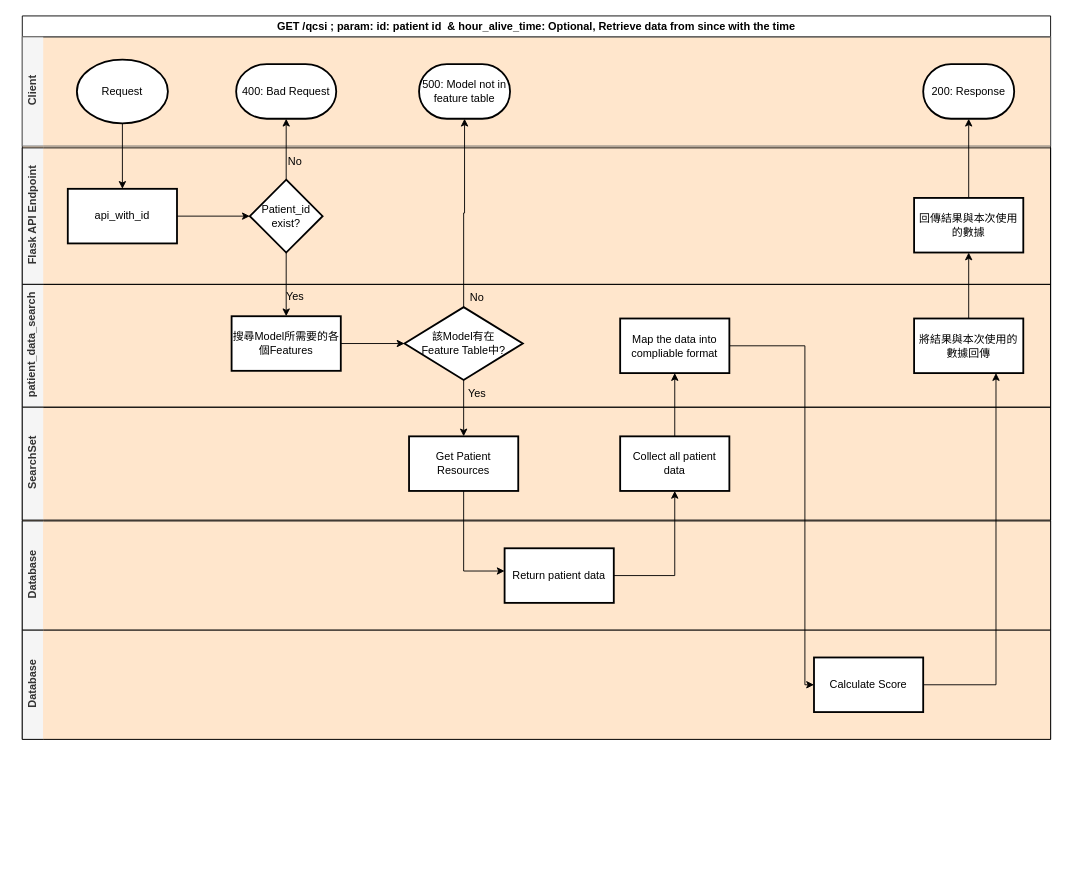
billkuojhgf/text-mining keeps this draw.io diagram as Document/Patient-id api swimlane.drawio. Above is the earlier version. Source tidied: cells renumbered, new cells numbered last; positions are measured from the earlier drawing's top-left corner, leaving out a move shared by most shapes. Both pictures are drawn from the tidied source at 91%, with x=0, y=0 at pixel (22, 15).
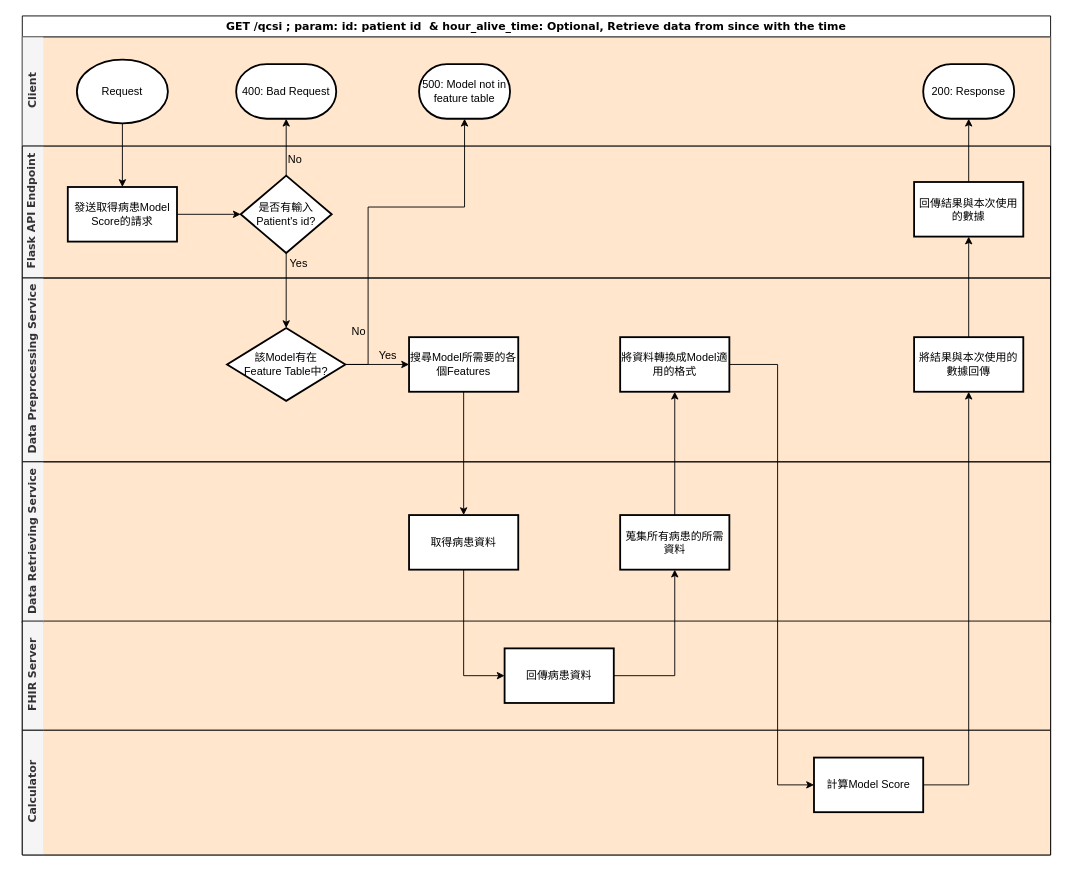
After the change.

Commit message (it also covers changes not shown here):
流程圖更新+刪除完成的TODO 新增了Patient-data swimlane以及修改patient-id swimlane 刪除flask_main_cli中的patient-data-api TODOs

Unchanged cells that the change refers to:
```xml
<mxCell id="6" value="500: Model not in feature table" style="strokeWidth=2;html=1;shape=mxgraph.flowchart.terminator;whiteSpace=wrap;" parent="3" vertex="1">
  <mxGeometry x="436" y="30" width="100" height="60" as="geometry" />
</mxCell>
<mxCell id="7" value="200: Response" style="strokeWidth=2;html=1;shape=mxgraph.flowchart.terminator;whiteSpace=wrap;" parent="3" vertex="1">
  <mxGeometry x="990" y="30" width="100" height="60" as="geometry" />
</mxCell>
```

The edit, as a diff of the source:
```diff
@@
-    <mxCell id="2" value="GET /qcsi ; param: id: patient id  &amp; hour_alive_time: Optional, Retrieve data from since with the time" style="swimlane;swimlaneLine=1;glass=0;shadow=0;rounded=0;sketch=0;swimlaneFillColor=#FFE6CC;" parent="1" vertex="1">
-      <mxGeometry width="1130" height="795" as="geometry" />
+    <mxCell id="2" value="GET /qcsi ; param: id: patient id  &amp; hour_alive_time: Optional, Retrieve data from since with the time" style="swimlane;swimlaneLine=1;glass=0;shadow=0;rounded=0;sketch=0;swimlaneFillColor=#FFE6CC;fontFamily=Verdana;" parent="1" vertex="1">
+      <mxGeometry width="1130" height="922" as="geometry" />
     </mxCell>
-    <mxCell id="3" value="Client" style="swimlane;html=1;horizontal=0;swimlaneLine=0;fillColor=#f5f5f5;strokeColor=#666666;fontColor=#333333;" parent="2" vertex="1">
+    <mxCell id="3" value="&lt;font face=&quot;Verdana&quot;&gt;Client&lt;/font&gt;" style="swimlane;html=1;horizontal=0;swimlaneLine=0;fillColor=#f5f5f5;strokeColor=#666666;fontColor=#333333;startSize=23;" parent="2" vertex="1">
       <mxGeometry y="23" width="1130" height="120" as="geometry" />
     </mxCell>
@@
-    <mxCell id="8" value="Flask API Endpoint" style="swimlane;html=1;horizontal=0;swimlaneLine=0;fillColor=#f5f5f5;fontColor=#333333;" parent="2" vertex="1">
-      <mxGeometry y="145" width="1130" height="150" as="geometry" />
+    <mxCell id="8" value="&lt;font face=&quot;Verdana&quot;&gt;Flask API Endpoint&lt;/font&gt;" style="swimlane;html=1;horizontal=0;swimlaneLine=0;fillColor=#f5f5f5;fontColor=#333333;" parent="2" vertex="1">
+      <mxGeometry y="143" width="1130" height="145" as="geometry" />
     </mxCell>
@@
-    <mxCell id="10" value="api_with_id" style="whiteSpace=wrap;html=1;strokeWidth=2;" parent="8" vertex="1">
+    <mxCell id="10" value="發送取得病患Model Score的請求" style="whiteSpace=wrap;html=1;strokeWidth=2;" parent="8" vertex="1">
       <mxGeometry x="50" y="45" width="120" height="60" as="geometry" />
     </mxCell>
-    <mxCell id="11" value="Patient_id&lt;br&gt;exist?" style="rhombus;whiteSpace=wrap;html=1;strokeWidth=2;" parent="8" vertex="1">
-      <mxGeometry x="250" y="35" width="80" height="80" as="geometry" />
+    <mxCell id="11" value="是否有輸入Patient's id?" style="rhombus;whiteSpace=wrap;html=1;strokeWidth=2;" parent="8" vertex="1">
+      <mxGeometry x="240" y="32.5" width="100" height="85" as="geometry" />
     </mxCell>
@@
     <mxCell id="13" value="回傳結果與本次使用的數據" style="whiteSpace=wrap;html=1;strokeWidth=2;" parent="8" vertex="1">
-      <mxGeometry x="980" y="55" width="120" height="60" as="geometry" />
+      <mxGeometry x="980" y="39.5" width="120" height="60" as="geometry" />
     </mxCell>
-    <mxCell id="14" value="patient_data_search" style="swimlane;html=1;horizontal=0;swimlaneLine=0;startSize=23;fillColor=#f5f5f5;fontColor=#333333;" parent="2" vertex="1">
-      <mxGeometry y="295" width="1130" height="135" as="geometry" />
+    <mxCell id="14" value="&lt;font face=&quot;Verdana&quot;&gt;Data Preprocessing Service&lt;/font&gt;" style="swimlane;html=1;horizontal=0;swimlaneLine=0;startSize=23;fillColor=#f5f5f5;fontColor=#333333;" parent="2" vertex="1">
+      <mxGeometry y="288" width="1130" height="202" as="geometry" />
     </mxCell>
     <mxCell id="15" value="Yes" style="text;html=1;strokeColor=none;fillColor=none;align=center;verticalAlign=middle;whiteSpace=wrap;rounded=0;" parent="14" vertex="1">
-      <mxGeometry x="270" y="-1" width="60" height="30" as="geometry" />
+      <mxGeometry x="274" y="-31" width="60" height="30" as="geometry" />
     </mxCell>
-    <mxCell id="16" value="搜尋Model所需要的各&lt;br&gt;個Features" style="whiteSpace=wrap;html=1;strokeWidth=2;" parent="14" vertex="1">
-      <mxGeometry x="230" y="35" width="120" height="60" as="geometry" />
-    </mxCell>
+    <mxCell id="42" style="edgeStyle=orthogonalEdgeStyle;rounded=0;jettySize=auto;html=1;" parent="14" edge="1" source="17" target="16">
+      <mxGeometry relative="1" as="geometry" />
+    </mxCell>
     <mxCell id="17" value="該Model有在&lt;br&gt;Feature Table中?" style="rhombus;whiteSpace=wrap;html=1;strokeWidth=2;" parent="14" vertex="1">
-      <mxGeometry x="420" y="25" width="130" height="80" as="geometry" />
+      <mxGeometry x="225" y="55" width="130" height="80" as="geometry" />
     </mxCell>
-    <mxCell id="18" style="edgeStyle=orthogonalEdgeStyle;rounded=0;jettySize=auto;html=1;" parent="14" edge="1" source="16" target="17">
-      <mxGeometry relative="1" as="geometry" />
-    </mxCell>
     <mxCell id="19" value="No" style="text;html=1;strokeColor=none;fillColor=none;align=center;verticalAlign=middle;whiteSpace=wrap;rounded=0;" parent="14" vertex="1">
-      <mxGeometry x="470" width="60" height="30" as="geometry" />
+      <mxGeometry x="340" y="44" width="60" height="30" as="geometry" />
     </mxCell>
-    <mxCell id="20" value="Yes" style="text;html=1;strokeColor=none;fillColor=none;align=center;verticalAlign=middle;whiteSpace=wrap;rounded=0;" parent="14" vertex="1">
-      <mxGeometry x="470" y="105" width="60" height="30" as="geometry" />
-    </mxCell>
-    <mxCell id="21" value="Map the data into compliable format" style="whiteSpace=wrap;html=1;strokeWidth=2;" parent="14" vertex="1">
-      <mxGeometry x="657" y="37.5" width="120" height="60" as="geometry" />
+    <mxCell id="21" value="將資料轉換成Model適用的格式" style="whiteSpace=wrap;html=1;strokeWidth=2;" parent="14" vertex="1">
+      <mxGeometry x="657" y="65" width="120" height="60" as="geometry" />
     </mxCell>
     <mxCell id="22" value="將結果與本次使用的數據回傳" style="whiteSpace=wrap;html=1;strokeWidth=2;" parent="14" vertex="1">
-      <mxGeometry x="980" y="37.5" width="120" height="60" as="geometry" />
+      <mxGeometry x="980" y="65" width="120" height="60" as="geometry" />
     </mxCell>
+    <mxCell id="16" value="搜尋Model所需要的各&lt;br&gt;個Features" style="whiteSpace=wrap;html=1;strokeWidth=2;" parent="14" vertex="1">
+      <mxGeometry x="425" y="65" width="120" height="60" as="geometry" />
+    </mxCell>
+    <mxCell id="20" value="Yes" style="text;html=1;strokeColor=none;fillColor=none;align=center;verticalAlign=middle;whiteSpace=wrap;rounded=0;" parent="14" vertex="1">
+      <mxGeometry x="372" y="71" width="60" height="30" as="geometry" />
+    </mxCell>
-    <mxCell id="23" value="SearchSet" style="swimlane;html=1;horizontal=0;swimlaneLine=0;startSize=23;fillColor=#f5f5f5;fontColor=#333333;" parent="2" vertex="1">
-      <mxGeometry y="430" width="1130" height="124" as="geometry" />
+    <mxCell id="23" value="&lt;font face=&quot;Verdana&quot;&gt;Data Retrieving Service&lt;/font&gt;" style="swimlane;html=1;horizontal=0;swimlaneLine=0;startSize=23;fillColor=#f5f5f5;fontColor=#333333;" parent="2" vertex="1">
+      <mxGeometry y="490" width="1130" height="177" as="geometry" />
     </mxCell>
-    <mxCell id="24" value="Get Patient Resources" style="whiteSpace=wrap;html=1;strokeWidth=2;" parent="23" vertex="1">
-      <mxGeometry x="425" y="32" width="120" height="60" as="geometry" />
+    <mxCell id="24" value="取得病患資料" style="whiteSpace=wrap;html=1;strokeWidth=2;" parent="23" vertex="1">
+      <mxGeometry x="425" y="58.5" width="120" height="60" as="geometry" />
     </mxCell>
-    <mxCell id="25" value="Collect all patient data" style="whiteSpace=wrap;html=1;strokeWidth=2;" parent="23" vertex="1">
-      <mxGeometry x="657" y="32" width="120" height="60" as="geometry" />
+    <mxCell id="25" value="蒐集所有病患的所需資料" style="whiteSpace=wrap;html=1;strokeWidth=2;" parent="23" vertex="1">
+      <mxGeometry x="657" y="58.5" width="120" height="60" as="geometry" />
     </mxCell>
-    <mxCell id="26" value="Database" style="swimlane;html=1;horizontal=0;swimlaneLine=0;startSize=23;fillColor=#f5f5f5;fontColor=#333333;swimlaneFillColor=#FFE6CC;" parent="2" vertex="1">
-      <mxGeometry y="555" width="1130" height="120" as="geometry" />
+    <mxCell id="26" value="&lt;font face=&quot;Verdana&quot;&gt;FHIR Server&lt;/font&gt;" style="swimlane;html=1;horizontal=0;swimlaneLine=0;startSize=23;fillColor=#f5f5f5;fontColor=#333333;swimlaneFillColor=#FFE6CC;" parent="2" vertex="1">
+      <mxGeometry y="665" width="1130" height="120" as="geometry" />
     </mxCell>
-    <mxCell id="27" value="Return patient data" style="whiteSpace=wrap;html=1;strokeWidth=2;" parent="26" vertex="1">
+    <mxCell id="27" value="回傳病患資料" style="whiteSpace=wrap;html=1;strokeWidth=2;" parent="26" vertex="1">
       <mxGeometry x="530" y="30" width="120" height="60" as="geometry" />
     </mxCell>
@@
-    <mxCell id="30" style="edgeStyle=orthogonalEdgeStyle;rounded=0;jettySize=auto;html=1;" parent="2" edge="1" source="11" target="16">
-      <mxGeometry relative="1" as="geometry" />
-    </mxCell>
     <mxCell id="31" style="edgeStyle=orthogonalEdgeStyle;rounded=0;jettySize=auto;html=1;" parent="2" edge="1" source="17" target="6">
-      <mxGeometry relative="1" as="geometry" />
+      <mxGeometry relative="1" as="geometry">
+        <Array as="points">
+          <mxPoint x="380" y="383" />
+          <mxPoint x="380" y="210" />
+          <mxPoint x="486" y="210" />
+        </Array>
+      </mxGeometry>
     </mxCell>
-    <mxCell id="32" style="edgeStyle=orthogonalEdgeStyle;rounded=0;jettySize=auto;html=1;" parent="2" edge="1" source="17" target="24">
-      <mxGeometry relative="1" as="geometry" />
-    </mxCell>
     <mxCell id="33" style="edgeStyle=orthogonalEdgeStyle;rounded=0;jettySize=auto;html=1;" parent="2" edge="1" source="24" target="27">
       <mxGeometry relative="1" as="geometry">
         <Array as="points">
-          <mxPoint x="485" y="610" />
+          <mxPoint x="485" y="725" />
         </Array>
       </mxGeometry>
     </mxCell>
@@
+    <mxCell id="43" style="edgeStyle=orthogonalEdgeStyle;rounded=0;jettySize=auto;html=1;" parent="2" edge="1" source="11" target="17">
+      <mxGeometry relative="1" as="geometry" />
+    </mxCell>
+    <mxCell id="44" style="edgeStyle=orthogonalEdgeStyle;rounded=0;jettySize=auto;html=1;" parent="2" edge="1" source="16" target="24">
+      <mxGeometry relative="1" as="geometry" />
+    </mxCell>
-    <mxCell id="36" value="Database" style="swimlane;html=1;horizontal=0;swimlaneLine=0;startSize=23;fillColor=#f5f5f5;fontColor=#333333;swimlaneFillColor=#FFE6CC;" parent="2" vertex="1">
-      <mxGeometry y="675" width="1130" height="120" as="geometry" />
+    <mxCell id="36" value="&lt;p&gt;&lt;font face=&quot;Verdana&quot;&gt;Calculator&lt;/font&gt;&lt;/p&gt;" style="swimlane;html=1;horizontal=0;swimlaneLine=0;startSize=23;fillColor=#f5f5f5;fontColor=#333333;swimlaneFillColor=#FFE6CC;" parent="2" vertex="1">
+      <mxGeometry y="785" width="1130" height="137" as="geometry" />
     </mxCell>
-    <mxCell id="37" value="Calculate Score" style="whiteSpace=wrap;html=1;strokeWidth=2;" parent="36" vertex="1">
+    <mxCell id="37" value="計算Model Score" style="whiteSpace=wrap;html=1;strokeWidth=2;" parent="36" vertex="1">
       <mxGeometry x="870" y="30" width="120" height="60" as="geometry" />
     </mxCell>
+    <mxCell id="39" style="edgeStyle=orthogonalEdgeStyle;rounded=0;jettySize=auto;html=1;" parent="2" edge="1" source="37" target="22">
+      <mxGeometry relative="1" as="geometry">
+        <Array as="points">
+          <mxPoint x="1040" y="845" />
+        </Array>
+      </mxGeometry>
+    </mxCell>
     <mxCell id="38" style="edgeStyle=orthogonalEdgeStyle;rounded=0;jettySize=auto;html=1;" parent="2" edge="1" source="21" target="37">
       <mxGeometry relative="1" as="geometry">
         <Array as="points">
-          <mxPoint x="860" y="362" />
-          <mxPoint x="860" y="735" />
+          <mxPoint x="830" y="383" />
+          <mxPoint x="830" y="845" />
         </Array>
       </mxGeometry>
     </mxCell>
-    <mxCell id="39" style="edgeStyle=orthogonalEdgeStyle;rounded=0;jettySize=auto;html=1;" parent="2" edge="1" source="37" target="22">
-      <mxGeometry relative="1" as="geometry">
-        <Array as="points">
-          <mxPoint x="1070" y="735" />
-        </Array>
-      </mxGeometry>
-    </mxCell>
+    <mxCell id="41" style="edgeStyle=orthogonalEdgeStyle;rounded=0;jettySize=auto;html=1;entryX=0.5;entryY=1;entryDx=0;entryDy=0;entryPerimeter=0;" parent="2" edge="1" source="13" target="7">
+      <mxGeometry relative="1" as="geometry" />
+    </mxCell>
@@
-    <mxCell id="41" style="edgeStyle=orthogonalEdgeStyle;rounded=0;jettySize=auto;html=1;entryX=0.5;entryY=1;entryDx=0;entryDy=0;entryPerimeter=0;" parent="2" edge="1" source="13" target="7">
-      <mxGeometry relative="1" as="geometry" />
-    </mxCell>
```
